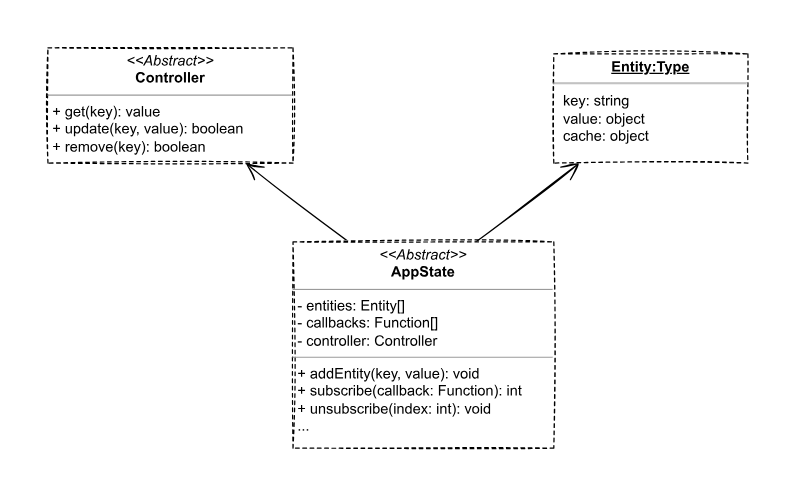
Mahmoud-Ehab/global-store keeps this draw.io diagram as frontend/docs/diagrams/StateManager-ClassDiagram.svg. Above is the earlier version. Source tidied: cells renumbered, new cells last; positions are measured from the earlier drawing's top-left corner, leaving out a move shared by most shapes. Source of this version:
```xml
<mxGraphModel>
  <root>
    <mxCell id="0" />
    <mxCell id="1" parent="0" />
    <mxCell id="2" value="&lt;p style=&quot;margin:0px;margin-top:4px;text-align:center;text-decoration:underline;&quot;&gt;&lt;b&gt;Entity:Type&lt;/b&gt;&lt;/p&gt;&lt;hr&gt;&lt;p style=&quot;margin:0px;margin-left:8px;&quot;&gt;key: string&lt;br&gt;value: object&lt;br&gt;cache: object&lt;/p&gt;" style="verticalAlign=top;align=left;overflow=fill;fontSize=12;fontFamily=Helvetica;html=1;sketch=1;dashed=1;" parent="1" vertex="1">
      <mxGeometry x="417" y="5" width="160" height="90" as="geometry" />
    </mxCell>
    <mxCell id="3" value="&lt;p style=&quot;margin:0px;margin-top:4px;text-align:center;&quot;&gt;&lt;i&gt;&amp;lt;&amp;lt;Abstract&amp;gt;&amp;gt;&lt;/i&gt;&lt;br&gt;&lt;b&gt;Controller&lt;/b&gt;&lt;/p&gt;&lt;hr size=&quot;1&quot;&gt;&lt;p style=&quot;margin:0px;margin-left:4px;&quot;&gt;+ get(key): value&lt;/p&gt;&lt;p style=&quot;margin:0px;margin-left:4px;&quot;&gt;&lt;span style=&quot;background-color: initial;&quot;&gt;+ update(key, value): boolean&lt;/span&gt;&lt;br&gt;&lt;/p&gt;&lt;p style=&quot;margin:0px;margin-left:4px;&quot;&gt;+ remove(key): boolean&lt;/p&gt;" style="verticalAlign=top;align=left;overflow=fill;fontSize=12;fontFamily=Helvetica;html=1;sketch=1;dashed=1;" parent="1" vertex="1">
      <mxGeometry width="202" height="95" as="geometry" />
    </mxCell>
    <mxCell id="4" style="rounded=0;sketch=1;hachureGap=4;jumpSize=11;jettySize=auto;html=1;strokeWidth=1;fontFamily=Architects Daughter;fontSource=https%3A%2F%2Ffonts.googleapis.com%2Fcss%3Ffamily%3DArchitects%2BDaughter;fontSize=15;endArrow=open;startSize=6;endSize=12;sourcePerimeterSpacing=0;targetPerimeterSpacing=0;endFill=0;" parent="1" edge="1" target="3">
      <mxGeometry relative="1" as="geometry">
        <mxPoint x="247.9" y="160" as="sourcePoint" />
      </mxGeometry>
    </mxCell>
    <mxCell id="5" style="edgeStyle=none;rounded=0;sketch=1;hachureGap=4;jumpSize=11;jettySize=auto;html=1;strokeWidth=1;fontFamily=Architects Daughter;fontSource=https%3A%2F%2Ffonts.googleapis.com%2Fcss%3Ffamily%3DArchitects%2BDaughter;fontSize=15;endArrow=open;startSize=6;endSize=12;sourcePerimeterSpacing=0;targetPerimeterSpacing=0;" parent="1" edge="1" target="2">
      <mxGeometry relative="1" as="geometry">
        <mxPoint x="352.6" y="160" as="sourcePoint" />
      </mxGeometry>
    </mxCell>
    <mxCell id="6" value="&lt;p style=&quot;margin:0px;margin-top:4px;text-align:center;&quot;&gt;&lt;i&gt;&amp;lt;&amp;lt;Abstract&amp;gt;&amp;gt;&lt;/i&gt;&lt;br&gt;&lt;b&gt;AppState&lt;/b&gt;&lt;/p&gt;&lt;hr size=&quot;1&quot;&gt;&lt;p style=&quot;margin:0px;margin-left:4px;&quot;&gt;- entities: Entity[]&lt;/p&gt;&lt;p style=&quot;margin:0px;margin-left:4px;&quot;&gt;- callbacks: Function[]&lt;/p&gt;&lt;p style=&quot;margin:0px;margin-left:4px;&quot;&gt;- controller: Controller&lt;/p&gt;&lt;hr size=&quot;1&quot;&gt;&lt;p style=&quot;margin: 0px 0px 0px 4px;&quot;&gt;&lt;span style=&quot;background-color: initial;&quot;&gt;+ addEntity(key, value): void&lt;/span&gt;&lt;/p&gt;&lt;p style=&quot;margin: 0px 0px 0px 4px;&quot;&gt;&lt;span style=&quot;background-color: initial;&quot;&gt;+ subscribe(callback: Function): int&lt;/span&gt;&lt;br&gt;&lt;/p&gt;&lt;p style=&quot;margin: 0px 0px 0px 4px;&quot;&gt;+ unsubscribe(index: int): void&lt;/p&gt;&lt;p style=&quot;margin: 0px 0px 0px 4px;&quot;&gt;&lt;span style=&quot;background-color: initial;&quot;&gt;...&lt;/span&gt;&lt;br&gt;&lt;/p&gt;" style="verticalAlign=top;align=left;overflow=fill;fontSize=12;fontFamily=Helvetica;html=1;dashed=1;sketch=1;hachureGap=4;fontSource=https%3A%2F%2Ffonts.googleapis.com%2Fcss%3Ffamily%3DArchitects%2BDaughter;gradientColor=none;" parent="1" vertex="1">
      <mxGeometry x="202" y="160" width="215" height="170" as="geometry" />
    </mxCell>
  </root>
</mxGraphModel>
```
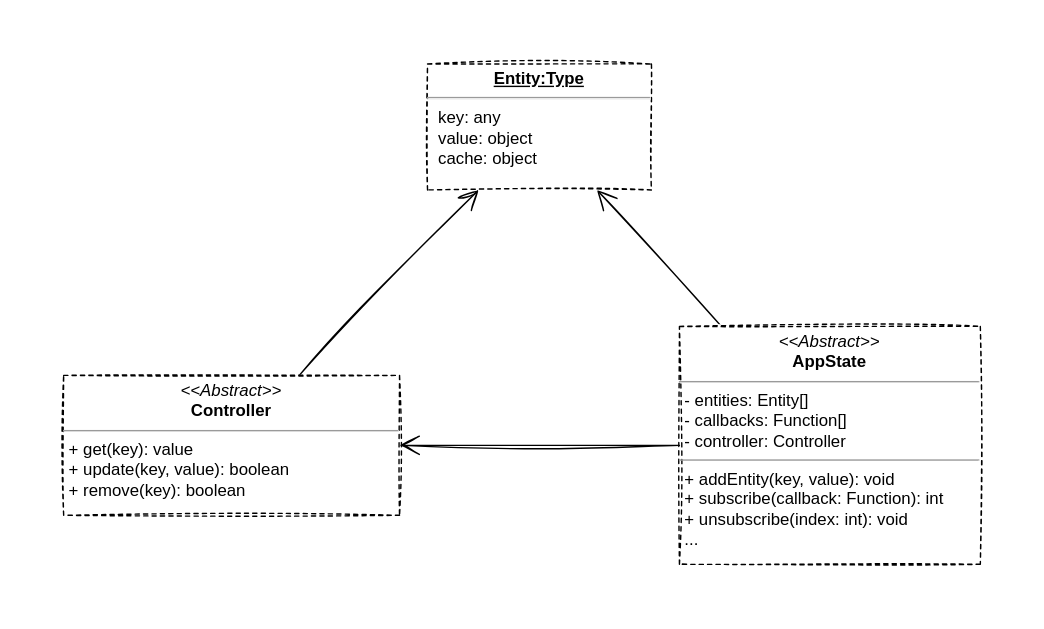
The same diagram one commit later.

What changed in the source:
```diff
@@ -2,24 +2,23 @@
   <root>
     <mxCell id="0" />
     <mxCell id="1" parent="0" />
-    <mxCell id="2" value="&lt;p style=&quot;margin:0px;margin-top:4px;text-align:center;text-decoration:underline;&quot;&gt;&lt;b&gt;Entity:Type&lt;/b&gt;&lt;/p&gt;&lt;hr&gt;&lt;p style=&quot;margin:0px;margin-left:8px;&quot;&gt;key: string&lt;br&gt;value: object&lt;br&gt;cache: object&lt;/p&gt;" style="verticalAlign=top;align=left;overflow=fill;fontSize=12;fontFamily=Helvetica;html=1;sketch=1;dashed=1;" parent="1" vertex="1">
-      <mxGeometry x="417" y="5" width="160" height="90" as="geometry" />
+    <mxCell id="2" value="&lt;p style=&quot;margin:0px;margin-top:4px;text-align:center;text-decoration:underline;&quot;&gt;&lt;b&gt;Entity:Type&lt;/b&gt;&lt;/p&gt;&lt;hr&gt;&lt;p style=&quot;margin:0px;margin-left:8px;&quot;&gt;key: any&lt;br&gt;value: object&lt;br&gt;cache: object&lt;/p&gt;" style="verticalAlign=top;align=left;overflow=fill;fontSize=12;fontFamily=Helvetica;html=1;sketch=1;dashed=1;" parent="1" vertex="1">
+      <mxGeometry x="97" y="10" width="160" height="90" as="geometry" />
     </mxCell>
+    <mxCell id="7" style="rounded=0;sketch=1;hachureGap=4;jiggle=2;curveFitting=1;jettySize=auto;html=1;fontFamily=Architects Daughter;fontSource=https%3A%2F%2Ffonts.googleapis.com%2Fcss%3Ffamily%3DArchitects%2BDaughter;fontSize=16;endSize=12;endArrow=open;endFill=0;" parent="1" edge="1" source="3" target="2">
+      <mxGeometry relative="1" as="geometry" />
+    </mxCell>
     <mxCell id="3" value="&lt;p style=&quot;margin:0px;margin-top:4px;text-align:center;&quot;&gt;&lt;i&gt;&amp;lt;&amp;lt;Abstract&amp;gt;&amp;gt;&lt;/i&gt;&lt;br&gt;&lt;b&gt;Controller&lt;/b&gt;&lt;/p&gt;&lt;hr size=&quot;1&quot;&gt;&lt;p style=&quot;margin:0px;margin-left:4px;&quot;&gt;+ get(key): value&lt;/p&gt;&lt;p style=&quot;margin:0px;margin-left:4px;&quot;&gt;&lt;span style=&quot;background-color: initial;&quot;&gt;+ update(key, value): boolean&lt;/span&gt;&lt;br&gt;&lt;/p&gt;&lt;p style=&quot;margin:0px;margin-left:4px;&quot;&gt;+ remove(key): boolean&lt;/p&gt;" style="verticalAlign=top;align=left;overflow=fill;fontSize=12;fontFamily=Helvetica;html=1;sketch=1;dashed=1;" parent="1" vertex="1">
-      <mxGeometry width="202" height="95" as="geometry" />
+      <mxGeometry x="-163" y="232.5" width="240" height="100" as="geometry" />
     </mxCell>
-    <mxCell id="4" style="rounded=0;sketch=1;hachureGap=4;jumpSize=11;jettySize=auto;html=1;strokeWidth=1;fontFamily=Architects Daughter;fontSource=https%3A%2F%2Ffonts.googleapis.com%2Fcss%3Ffamily%3DArchitects%2BDaughter;fontSize=15;endArrow=open;startSize=6;endSize=12;sourcePerimeterSpacing=0;targetPerimeterSpacing=0;endFill=0;" parent="1" edge="1" target="3">
-      <mxGeometry relative="1" as="geometry">
-        <mxPoint x="247.9" y="160" as="sourcePoint" />
-      </mxGeometry>
-    </mxCell>
-    <mxCell id="5" style="edgeStyle=none;rounded=0;sketch=1;hachureGap=4;jumpSize=11;jettySize=auto;html=1;strokeWidth=1;fontFamily=Architects Daughter;fontSource=https%3A%2F%2Ffonts.googleapis.com%2Fcss%3Ffamily%3DArchitects%2BDaughter;fontSize=15;endArrow=open;startSize=6;endSize=12;sourcePerimeterSpacing=0;targetPerimeterSpacing=0;" parent="1" edge="1" target="2">
-      <mxGeometry relative="1" as="geometry">
-        <mxPoint x="352.6" y="160" as="sourcePoint" />
-      </mxGeometry>
+    <mxCell id="5" style="edgeStyle=none;rounded=0;sketch=1;hachureGap=4;jumpSize=11;jettySize=auto;html=1;strokeWidth=1;fontFamily=Architects Daughter;fontSource=https%3A%2F%2Ffonts.googleapis.com%2Fcss%3Ffamily%3DArchitects%2BDaughter;fontSize=15;endArrow=open;startSize=6;endSize=12;sourcePerimeterSpacing=0;targetPerimeterSpacing=0;" parent="1" edge="1" source="6" target="2">
+      <mxGeometry relative="1" as="geometry" />
     </mxCell>
+    <mxCell id="8" style="edgeStyle=none;rounded=0;sketch=1;hachureGap=4;jiggle=2;curveFitting=1;jettySize=auto;html=1;fontFamily=Architects Daughter;fontSource=https%3A%2F%2Ffonts.googleapis.com%2Fcss%3Ffamily%3DArchitects%2BDaughter;fontSize=16;endArrow=open;endFill=0;endSize=12;startArrow=none;startFill=0;startSize=12;" parent="1" edge="1" source="6" target="3">
+      <mxGeometry relative="1" as="geometry" />
+    </mxCell>
     <mxCell id="6" value="&lt;p style=&quot;margin:0px;margin-top:4px;text-align:center;&quot;&gt;&lt;i&gt;&amp;lt;&amp;lt;Abstract&amp;gt;&amp;gt;&lt;/i&gt;&lt;br&gt;&lt;b&gt;AppState&lt;/b&gt;&lt;/p&gt;&lt;hr size=&quot;1&quot;&gt;&lt;p style=&quot;margin:0px;margin-left:4px;&quot;&gt;- entities: Entity[]&lt;/p&gt;&lt;p style=&quot;margin:0px;margin-left:4px;&quot;&gt;- callbacks: Function[]&lt;/p&gt;&lt;p style=&quot;margin:0px;margin-left:4px;&quot;&gt;- controller: Controller&lt;/p&gt;&lt;hr size=&quot;1&quot;&gt;&lt;p style=&quot;margin: 0px 0px 0px 4px;&quot;&gt;&lt;span style=&quot;background-color: initial;&quot;&gt;+ addEntity(key, value): void&lt;/span&gt;&lt;/p&gt;&lt;p style=&quot;margin: 0px 0px 0px 4px;&quot;&gt;&lt;span style=&quot;background-color: initial;&quot;&gt;+ subscribe(callback: Function): int&lt;/span&gt;&lt;br&gt;&lt;/p&gt;&lt;p style=&quot;margin: 0px 0px 0px 4px;&quot;&gt;+ unsubscribe(index: int): void&lt;/p&gt;&lt;p style=&quot;margin: 0px 0px 0px 4px;&quot;&gt;&lt;span style=&quot;background-color: initial;&quot;&gt;...&lt;/span&gt;&lt;br&gt;&lt;/p&gt;" style="verticalAlign=top;align=left;overflow=fill;fontSize=12;fontFamily=Helvetica;html=1;dashed=1;sketch=1;hachureGap=4;fontSource=https%3A%2F%2Ffonts.googleapis.com%2Fcss%3Ffamily%3DArchitects%2BDaughter;gradientColor=none;" parent="1" vertex="1">
-      <mxGeometry x="202" y="160" width="215" height="170" as="geometry" />
+      <mxGeometry x="277" y="197.5" width="215" height="170" as="geometry" />
     </mxCell>
   </root>
 </mxGraphModel>
```
